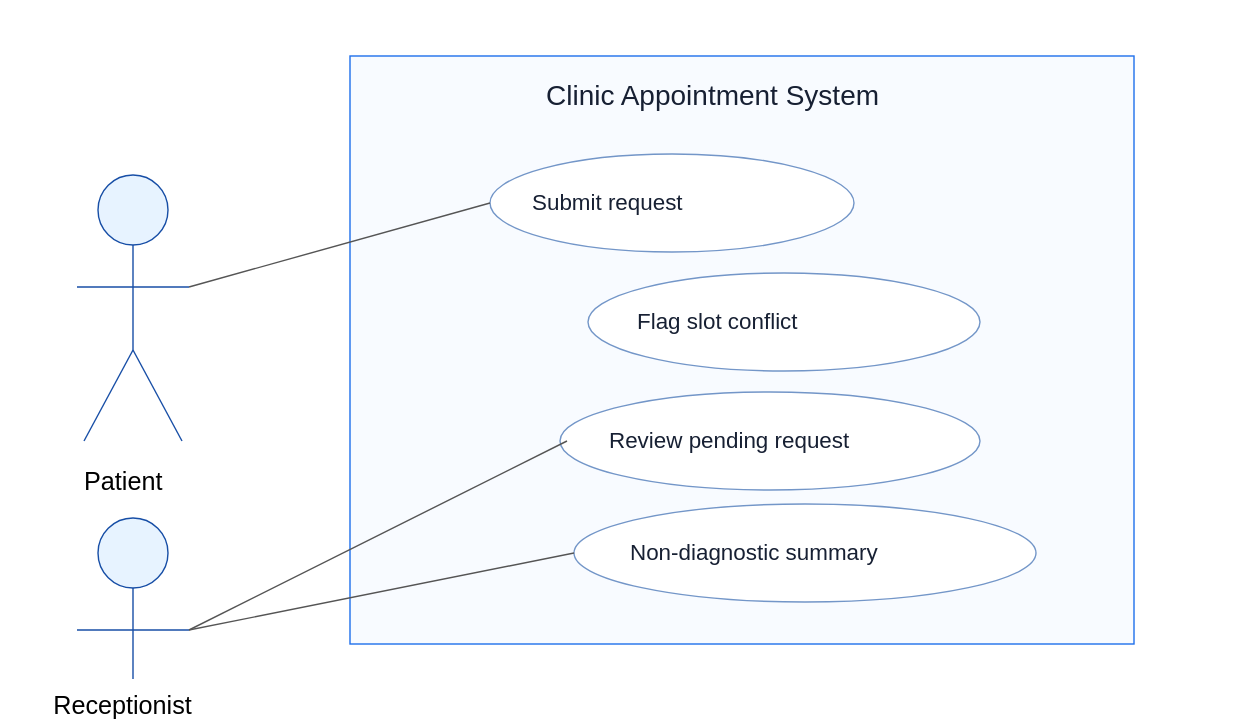
XGS61/DTS114 keeps this PlantUML diagram as Task2/clinic_app/artifacts/diagrams/use_case_diagram.svg. Above is the earlier version. Its source is kept beside it as Task2/clinic_app/artifacts/diagrams/use_case_diagram.puml.
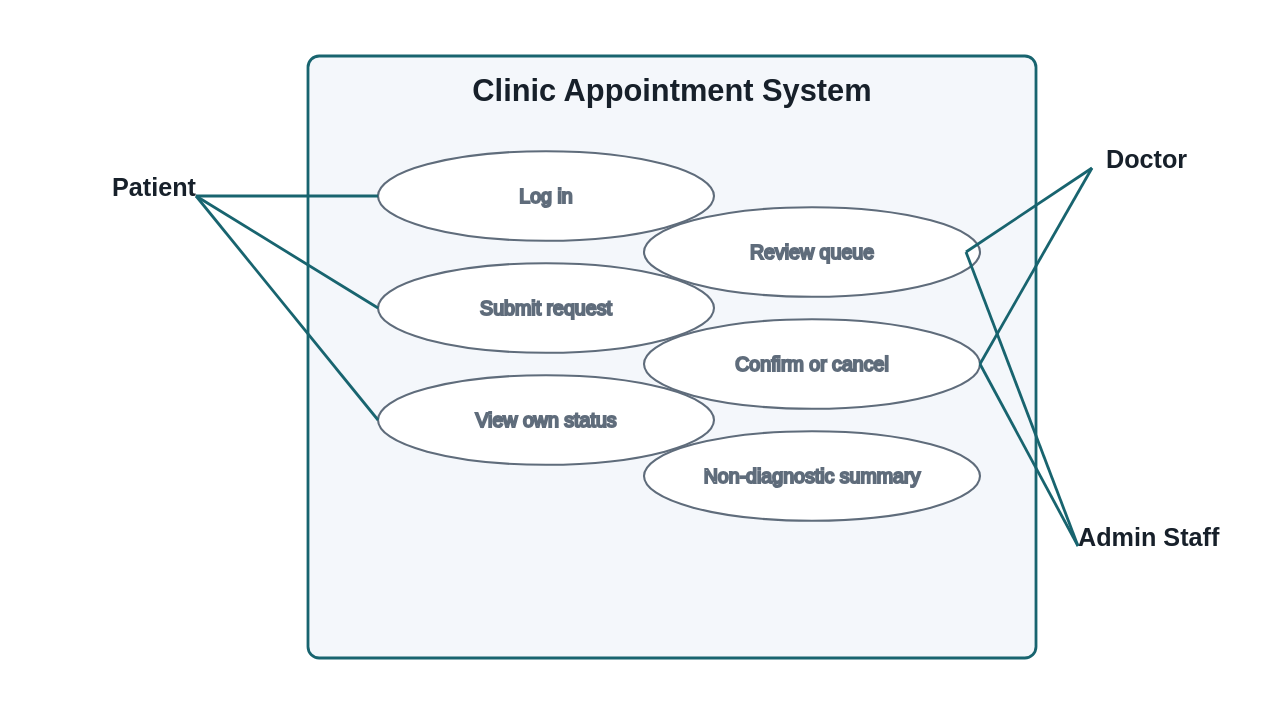
After the commit.

Diff of the diagram source:
```diff
@@ -1,29 +1,27 @@
 @startuml
 left to right direction
 actor Patient
-actor Receptionist
-actor "Clinic System" as System
-
-rectangle "Clinic Appointment Administration Prototype" {
-  usecase "Submit appointment request" as UC_Submit
-  usecase "View appointment status" as UC_Status
-  usecase "Review pending request" as UC_Review
-  usecase "Confirm appointment" as UC_Confirm
-  usecase "Cancel appointment" as UC_Cancel
-  usecase "Flag slot conflict" as UC_Conflict
-  usecase "Generate non-diagnostic summary" as UC_Summary
+actor Doctor
+actor "Admin Staff" as Admin
+rectangle "Clinic Appointment System" {
+  usecase "Log in" as UC1
+  usecase "Submit appointment request" as UC2
+  usecase "View own request status" as UC3
+  usecase "Review shared queue" as UC4
+  usecase "Confirm or cancel request" as UC5
+  usecase "View non-diagnostic summary" as UC6
+  usecase "Check travel weather context" as UC7
 }
-
-Patient -- UC_Submit
-Patient -- UC_Status
-Receptionist -- UC_Review
-Receptionist -- UC_Confirm
-Receptionist -- UC_Cancel
-Receptionist -- UC_Summary
-System -- UC_Conflict
-
-UC_Submit ..> UC_Conflict : <<include>>
-UC_Review ..> UC_Summary : <<include>>
-UC_Review ..> UC_Confirm : <<extend>>
-UC_Review ..> UC_Cancel : <<extend>>
+Patient --> UC1
+Patient --> UC2
+Patient --> UC3
+Patient --> UC7
+Doctor --> UC1
+Doctor --> UC4
+Doctor --> UC5
+Doctor --> UC6
+Admin --> UC1
+Admin --> UC4
+Admin --> UC5
+UC5 ..> UC6 : <<include>>
 @enduml
```
